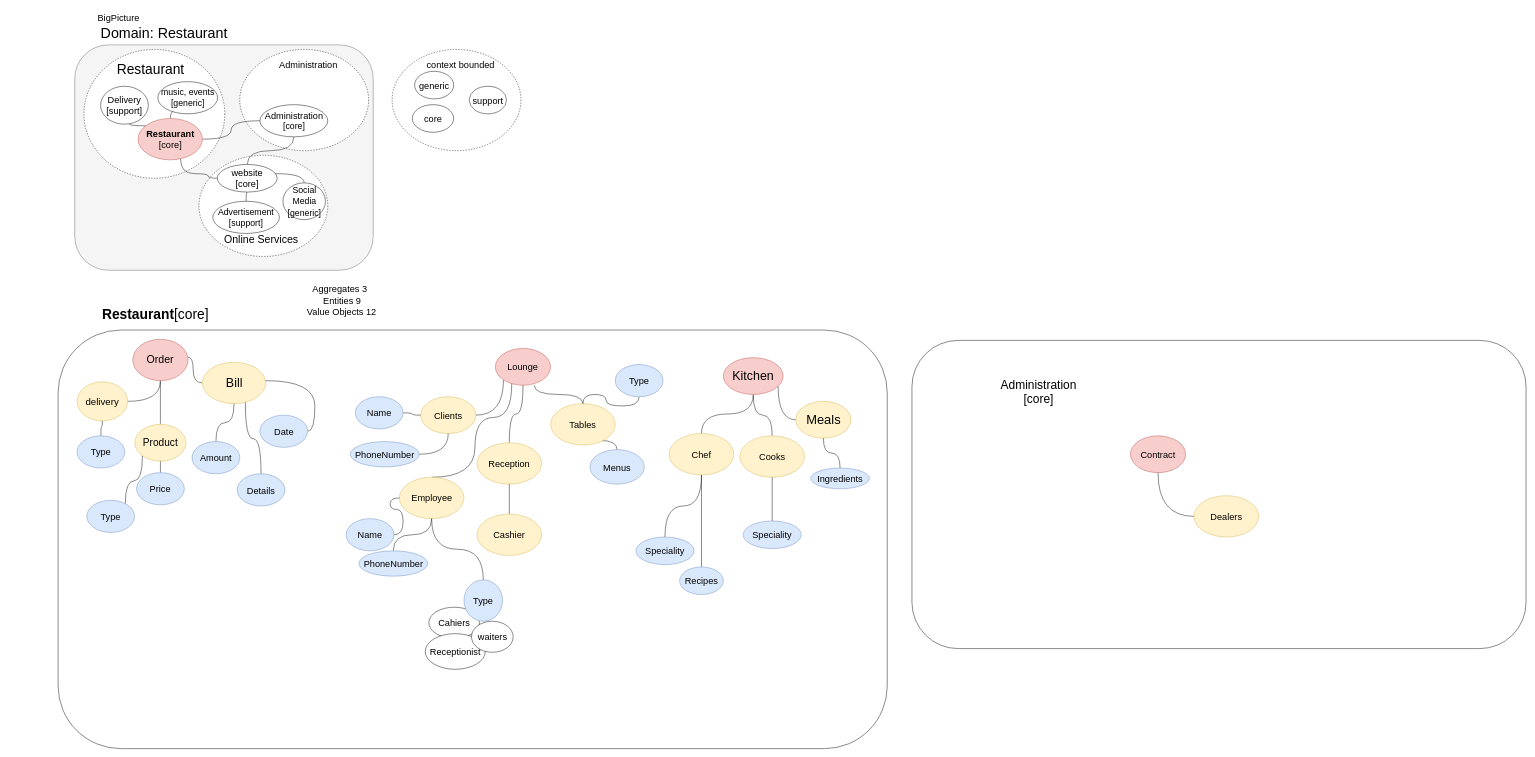
Above: page "Análisis" (1 of 3) of DDD Models/reto_burgerRestaurant.drawio in fabrikolof/reto_burgerRestaurant (draw.io), before the change. Source tidied: cells renumbered, new cells numbered last; positions are measured from the earlier drawing's top-left corner, leaving out a move shared by most shapes. Both pictures are drawn from the tidied source at 46%, with x=0, y=0 at pixel (58, -477).
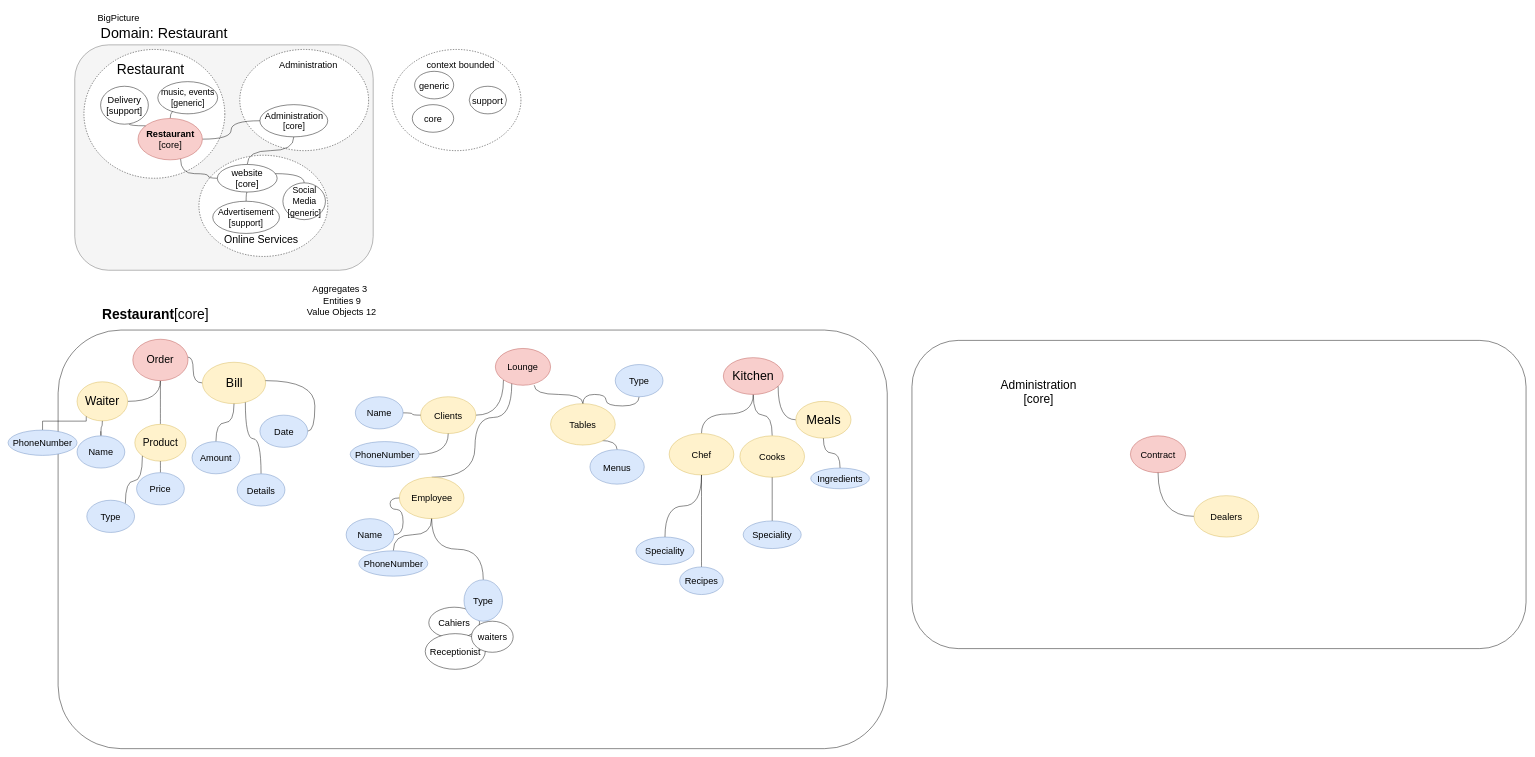
The same diagram, later.

Unchanged cells that the change refers to:
```xml
<mxCell id="31" value="&lt;span dir=&quot;ltr&quot; tabindex=&quot;0&quot; role=&quot;button&quot; class=&quot;kgnlhe&quot;&gt;Lounge&lt;/span&gt;" style="ellipse;whiteSpace=wrap;html=1;fontSize=20;fillColor=#f8cecc;strokeColor=#b85450;" parent="1" vertex="1">
  <mxGeometry x="950.4" y="1795" width="120" height="80" as="geometry" />
</mxCell>
```

What changed in the source:
```diff
@@
-    <mxCell id="21" value="&lt;font style=&quot;font-size: 21px;&quot;&gt;delivery&lt;/font&gt;" style="ellipse;whiteSpace=wrap;html=1;fillColor=#fff2cc;strokeColor=#d6b656;" parent="1" vertex="1">
+    <mxCell id="21" value="&lt;font style=&quot;font-size: 26px;&quot;&gt;Waiter&lt;/font&gt;" style="ellipse;whiteSpace=wrap;html=1;fillColor=#fff2cc;strokeColor=#d6b656;" parent="1" vertex="1">
       <mxGeometry x="41" y="1867.5" width="110" height="85" as="geometry" />
     </mxCell>
@@
-    <mxCell id="32" style="edgeStyle=orthogonalEdgeStyle;curved=1;jettySize=auto;html=1;fontSize=20;endArrow=none;endFill=0;" parent="1" edge="1" source="33" target="31">
-      <mxGeometry relative="1" as="geometry" />
-    </mxCell>
-    <mxCell id="33" value="Reception" style="ellipse;whiteSpace=wrap;html=1;fontSize=20;fillColor=#fff2cc;strokeColor=#d6b656;" parent="1" vertex="1">
-      <mxGeometry x="910.4" y="2000" width="140.6" height="90" as="geometry" />
-    </mxCell>
@@
-    <mxCell id="64" style="edgeStyle=orthogonalEdgeStyle;curved=1;jettySize=auto;html=1;entryX=0.5;entryY=1;entryDx=0;entryDy=0;fontSize=20;endArrow=none;endFill=0;" parent="1" edge="1" source="65" target="33">
-      <mxGeometry relative="1" as="geometry" />
-    </mxCell>
-    <mxCell id="65" value="C&lt;span dir=&quot;ltr&quot; tabindex=&quot;0&quot; role=&quot;button&quot; class=&quot;kgnlhe&quot;&gt;ashier&lt;/span&gt;" style="ellipse;whiteSpace=wrap;html=1;fontSize=20;fillColor=#fff2cc;strokeColor=#d6b656;" parent="1" vertex="1">
-      <mxGeometry x="910.4" y="2155" width="140.6" height="90" as="geometry" />
-    </mxCell>
@@
+    <mxCell id="106" style="edgeStyle=orthogonalEdgeStyle;rounded=0;jettySize=auto;html=1;exitX=0.5;exitY=0;exitDx=0;exitDy=0;fontSize=26;endArrow=none;endFill=0;" parent="1" edge="1" source="80">
+      <mxGeometry relative="1" as="geometry">
+        <mxPoint x="92.6" y="1975" as="targetPoint" />
+      </mxGeometry>
+    </mxCell>
-    <mxCell id="80" value="Type" style="ellipse;whiteSpace=wrap;html=1;fontSize=20;fillColor=#dae8fc;strokeColor=#6c8ebf;" parent="1" vertex="1">
+    <mxCell id="80" value="Name" style="ellipse;whiteSpace=wrap;html=1;fontSize=20;fillColor=#dae8fc;strokeColor=#6c8ebf;" parent="1" vertex="1">
       <mxGeometry x="41" y="1985" width="103.8" height="70" as="geometry" />
     </mxCell>
@@
+    <mxCell id="107" style="edgeStyle=orthogonalEdgeStyle;rounded=0;jettySize=auto;html=1;fontSize=27;endArrow=none;endFill=0;" parent="1" edge="1" source="108" target="21">
+      <mxGeometry relative="1" as="geometry">
+        <Array as="points">
+          <mxPoint x="-34" y="1953" />
+          <mxPoint x="61" y="1953" />
+        </Array>
+      </mxGeometry>
+    </mxCell>
+    <mxCell id="108" value="PhoneNumber" style="ellipse;whiteSpace=wrap;html=1;fontSize=20;fillColor=#dae8fc;strokeColor=#6c8ebf;" parent="1" vertex="1">
+      <mxGeometry x="-109" y="1972.5" width="150" height="55" as="geometry" />
+    </mxCell>
```
